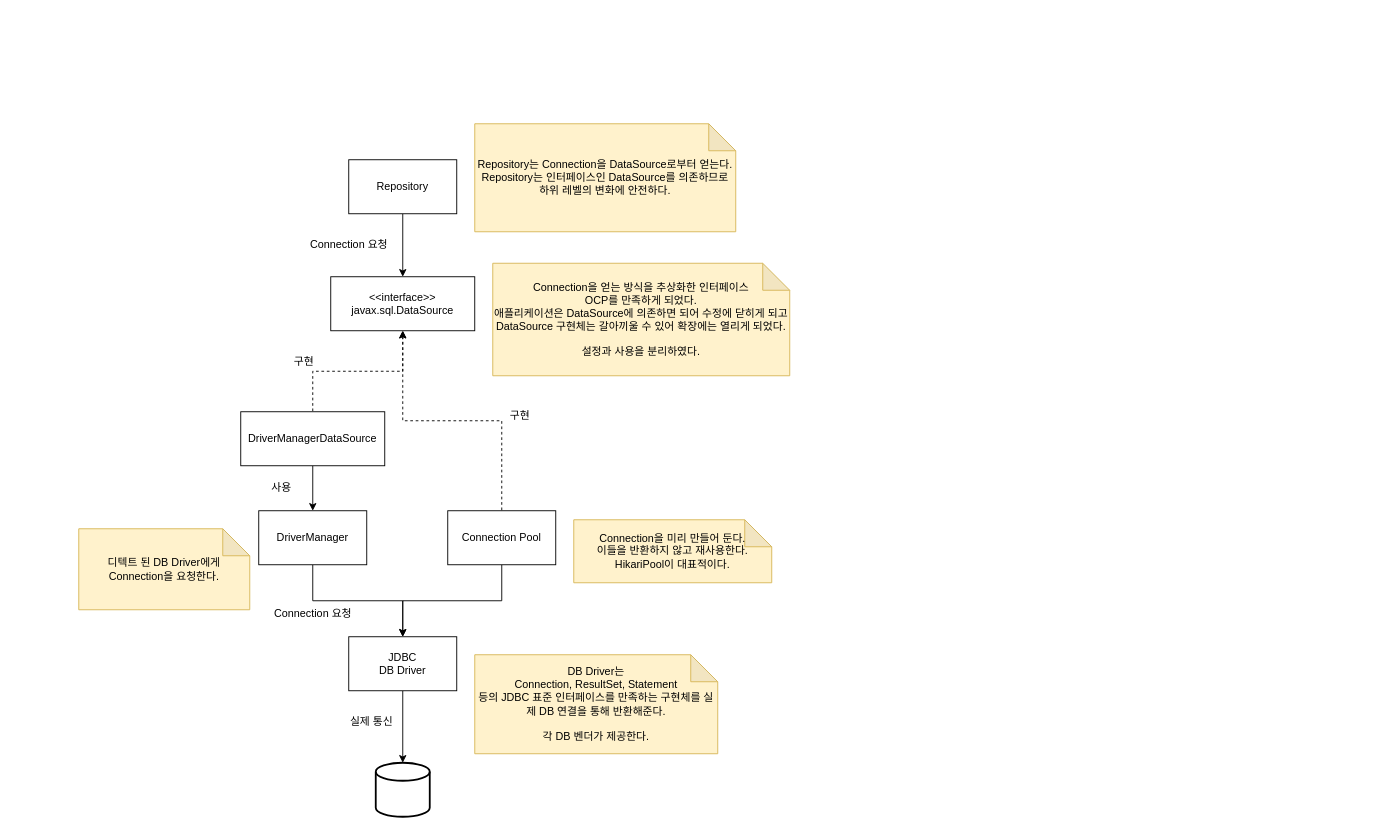
This is notes/summary.drawio from OldRabbit736/spring-db-1-core-principle-inflearn, a draw.io file, before an edit. Source tidied: cells renumbered, new cells numbered last; positions are measured from the earlier drawing's top-left corner, leaving out a move shared by most shapes. Both pictures are drawn from the tidied source at 90%, with x=0, y=0 at pixel (78, 123).
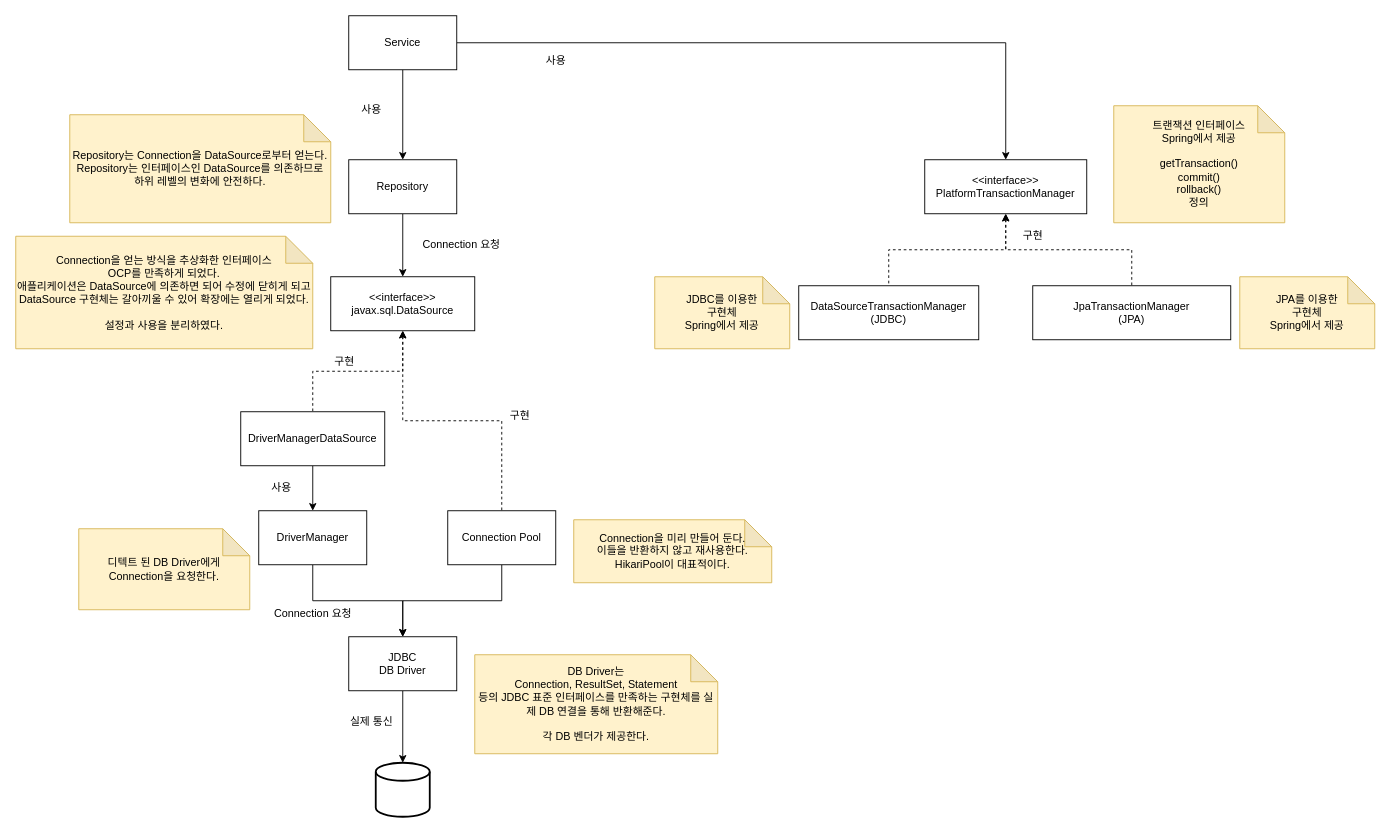
Above is the later version.

Commit message:
요약 그림 추가 - 트랜잭션 부분

The change refers to these unchanged cells:
```xml
<mxCell id="24" value="Repository" style="whiteSpace=wrap;html=1;" parent="1" vertex="1">
  <mxGeometry x="300" y="40" width="120" height="60" as="geometry" />
</mxCell>
```

The edit, as a diff of the source:
```diff
@@
     <mxCell id="20" value="구현" style="text;html=1;align=center;verticalAlign=middle;strokeColor=none;fillColor=none;" parent="1" vertex="1">
-      <mxGeometry x="230" y="250" width="40" height="30" as="geometry" />
+      <mxGeometry x="275" y="250" width="40" height="30" as="geometry" />
     </mxCell>
@@
     <mxCell id="22" value="Connection을 얻는 방식을 추상화한 인터페이스&lt;br&gt;OCP를 만족하게 되었다.&lt;br&gt;애플리케이션은 DataSource에 의존하면 되어 수정에 닫히게 되고&lt;br&gt;DataSource 구현체는 갈아끼울 수 있어 확장에는 열리게 되었다.&lt;br&gt;&lt;br&gt;설정과 사용을 분리하였다." style="shape=note;whiteSpace=wrap;html=1;backgroundOutline=1;darkOpacity=0.05;fillColor=#fff2cc;strokeColor=#d6b656;" parent="1" vertex="1">
-      <mxGeometry x="460" y="155" width="330" height="125" as="geometry" />
+      <mxGeometry x="-70" y="125" width="330" height="125" as="geometry" />
     </mxCell>
@@
     <mxCell id="25" value="Connection 요청" style="text;html=1;align=center;verticalAlign=middle;strokeColor=none;fillColor=none;" parent="1" vertex="1">
-      <mxGeometry x="245" y="120" width="110" height="30" as="geometry" />
+      <mxGeometry x="370" y="120" width="110" height="30" as="geometry" />
     </mxCell>
     <mxCell id="26" value="Repository는 Connection을 DataSource로부터 얻는다.&lt;br&gt;Repository는 인터페이스인 DataSource를 의존하므로&lt;br&gt;하위 레벨의 변화에 안전하다." style="shape=note;whiteSpace=wrap;html=1;backgroundOutline=1;darkOpacity=0.05;fillColor=#fff2cc;strokeColor=#d6b656;" parent="1" vertex="1">
-      <mxGeometry x="440" width="290" height="120" as="geometry" />
+      <mxGeometry x="-10" y="-10" width="290" height="120" as="geometry" />
     </mxCell>
+    <mxCell id="27" style="edgeStyle=orthogonalEdgeStyle;rounded=0;jettySize=auto;html=1;entryX=0.5;entryY=0;entryDx=0;entryDy=0;" parent="1" edge="1" source="29" target="24">
+      <mxGeometry relative="1" as="geometry" />
+    </mxCell>
+    <mxCell id="28" style="edgeStyle=orthogonalEdgeStyle;rounded=0;jettySize=auto;html=1;" parent="1" edge="1" source="29" target="31">
+      <mxGeometry relative="1" as="geometry" />
+    </mxCell>
+    <mxCell id="29" value="Service" style="whiteSpace=wrap;html=1;" parent="1" vertex="1">
+      <mxGeometry x="300" y="-120" width="120" height="60" as="geometry" />
+    </mxCell>
+    <mxCell id="30" value="사용" style="text;html=1;align=center;verticalAlign=middle;strokeColor=none;fillColor=none;" parent="1" vertex="1">
+      <mxGeometry x="305" y="-30" width="40" height="30" as="geometry" />
+    </mxCell>
+    <mxCell id="31" value="&amp;lt;&amp;lt;interface&amp;gt;&amp;gt;&lt;br&gt;PlatformTransactionManager" style="whiteSpace=wrap;html=1;" parent="1" vertex="1">
+      <mxGeometry x="940" y="40" width="180" height="60" as="geometry" />
+    </mxCell>
+    <mxCell id="32" value="사용" style="text;html=1;align=center;verticalAlign=middle;strokeColor=none;fillColor=none;" parent="1" vertex="1">
+      <mxGeometry x="510" y="-85" width="40" height="30" as="geometry" />
+    </mxCell>
+    <mxCell id="33" value="DataSourceTransactionManager&lt;br&gt;(JDBC)" style="whiteSpace=wrap;html=1;" parent="1" vertex="1">
+      <mxGeometry x="800" y="180" width="200" height="60" as="geometry" />
+    </mxCell>
+    <mxCell id="34" value="JpaTransactionManager&lt;br&gt;(JPA)" style="whiteSpace=wrap;html=1;" parent="1" vertex="1">
+      <mxGeometry x="1060" y="180" width="220" height="60" as="geometry" />
+    </mxCell>
+    <mxCell id="35" style="edgeStyle=orthogonalEdgeStyle;rounded=0;jettySize=auto;html=1;dashed=1;startArrow=classic;startFill=1;endArrow=none;endFill=0;entryX=0.5;entryY=0;entryDx=0;entryDy=0;exitX=0.5;exitY=1;exitDx=0;exitDy=0;" parent="1" edge="1" source="31" target="33">
+      <mxGeometry relative="1" as="geometry" />
+    </mxCell>
+    <mxCell id="36" style="edgeStyle=orthogonalEdgeStyle;rounded=0;jettySize=auto;html=1;dashed=1;startArrow=classic;startFill=1;endArrow=none;endFill=0;entryX=0.5;entryY=0;entryDx=0;entryDy=0;exitX=0.5;exitY=1;exitDx=0;exitDy=0;" parent="1" edge="1" source="31" target="34">
+      <mxGeometry relative="1" as="geometry" />
+    </mxCell>
+    <mxCell id="37" value="구현" style="text;html=1;align=center;verticalAlign=middle;strokeColor=none;fillColor=none;" parent="1" vertex="1">
+      <mxGeometry x="1040" y="110" width="40" height="30" as="geometry" />
+    </mxCell>
+    <mxCell id="38" value="트랜잭션 인터페이스&lt;br&gt;Spring에서 제공&lt;br&gt;&lt;br&gt;getTransaction()&lt;br&gt;commit()&lt;br&gt;rollback()&lt;br&gt;정의" style="shape=note;whiteSpace=wrap;html=1;backgroundOutline=1;darkOpacity=0.05;fillColor=#fff2cc;strokeColor=#d6b656;" parent="1" vertex="1">
+      <mxGeometry x="1150" y="-20" width="190" height="130" as="geometry" />
+    </mxCell>
+    <mxCell id="39" value="JDBC를 이용한&lt;br&gt;구현체&lt;br&gt;Spring에서 제공" style="shape=note;whiteSpace=wrap;html=1;backgroundOutline=1;darkOpacity=0.05;fillColor=#fff2cc;strokeColor=#d6b656;" parent="1" vertex="1">
+      <mxGeometry x="640" y="170" width="150" height="80" as="geometry" />
+    </mxCell>
+    <mxCell id="40" value="JPA를 이용한&lt;br&gt;구현체&lt;br&gt;Spring에서 제공" style="shape=note;whiteSpace=wrap;html=1;backgroundOutline=1;darkOpacity=0.05;fillColor=#fff2cc;strokeColor=#d6b656;" parent="1" vertex="1">
+      <mxGeometry x="1290" y="170" width="150" height="80" as="geometry" />
+    </mxCell>
```
